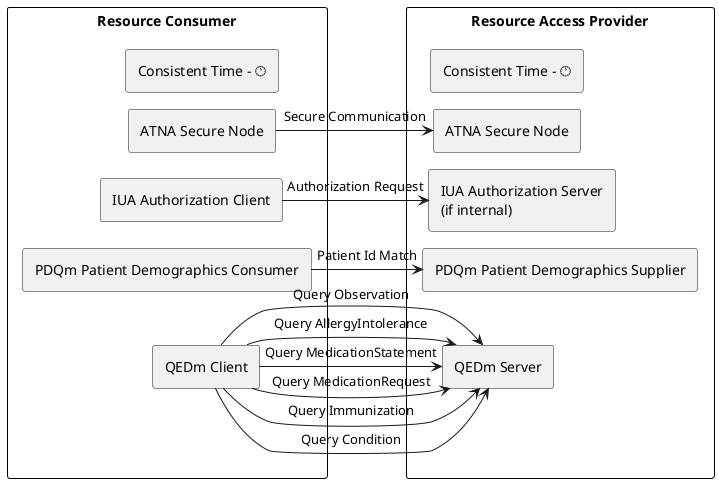
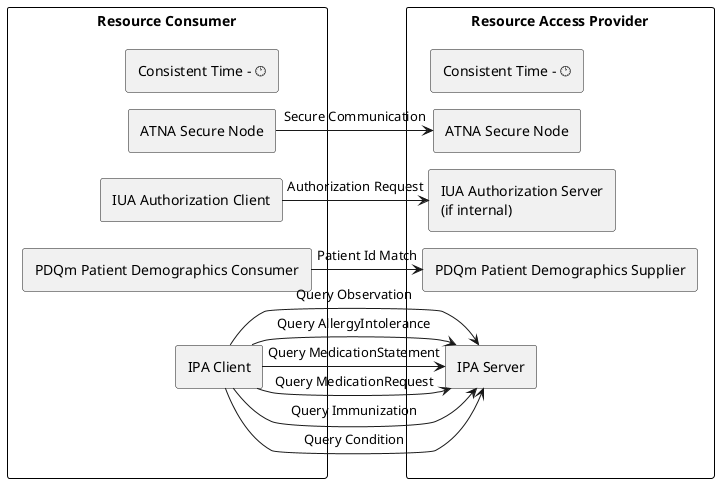
@startuml simplified-resource-actors
skinparam svgDimensionStyle false
skinparam AgentPadding 2
skinparam AgentMargin 2
skinparam Padding 2
skinparam nodesep 5
skinparam ranksep 10
skinparam agent {
    MinimumWidth 300
}

skinparam rectangle {
    BackgroundColor White
    BorderColor Black
}



rectangle "Resource Access Provider" as Server {
    agent "Consistent Time - 🕐" as S_CT
    agent "ATNA Secure Node" as S_ATNA
    agent "IUA Authorization Server\n(if internal)" as S_IUAAuth
    agent "PDQm Patient Demographics Supplier" as S_PDQmSrc
    agent " " as S_Hidden1 #White;line:White
-     agent "QEDm Server" as S_QEDmServer
+     agent "IPA Server" as S_IPAServer
    agent " " as S_Hidden2 #White;line:White
    agent " " as S_Hidden3 #White;line:White

    S_CT -[hidden]down- S_ATNA
    S_ATNA -[hidden]down- S_IUAAuth
    S_IUAAuth -[hidden]down- S_PDQmSrc
    S_PDQmSrc -[hidden]down- S_Hidden1
-     S_Hidden1 -[hidden]down- S_QEDmServer
-     S_QEDmServer -[hidden]down- S_Hidden2
+     S_Hidden1 -[hidden]down- S_IPAServer
+     S_IPAServer -[hidden]down- S_Hidden2
    S_Hidden2 -[hidden]down- S_Hidden3
}

rectangle "Resource Consumer" as Client {
    agent "Consistent Time - 🕐" as C_CT
    agent "ATNA Secure Node" as C_ATNA
    agent "IUA Authorization Client" as C_IUAClient
    agent "PDQm Patient Demographics Consumer" as C_PDQm
    agent " " as C_Hidden1 #White;line:White
-     agent "QEDm Client" as C_QEDmClient
+     agent "IPA Client" as C_IPAClient
    agent " " as C_Hidden2 #White;line:White
    agent " " as C_Hidden3 #White;line:White

    C_CT -[hidden]down- C_ATNA
    C_ATNA -[hidden]down- C_IUAClient
    C_IUAClient -[hidden]down- C_PDQm
    C_PDQm -[hidden]down- C_Hidden1
-     C_Hidden1 -[hidden]down- C_QEDmClient
-     C_QEDmClient -[hidden]down- C_Hidden2
+     C_Hidden1 -[hidden]down- C_IPAClient
+     C_IPAClient -[hidden]down- C_Hidden2
    C_Hidden2 -[hidden]down- C_Hidden3
}

S_ATNA <-left- C_ATNA : Secure Communication
S_IUAAuth <-left- C_IUAClient : Authorization Request
S_PDQmSrc <-left- C_PDQm : Patient Id Match
- S_QEDmServer <-left- C_QEDmClient : Query AllergyIntolerance
- S_QEDmServer <-left- C_QEDmClient : Query Condition
- S_QEDmServer <-left- C_QEDmClient : Query Immunization
- S_QEDmServer <-left- C_QEDmClient : Query MedicationRequest
- S_QEDmServer <-left- C_QEDmClient : Query MedicationStatement
- S_QEDmServer <-left- C_QEDmClient : Query Observation
+ S_IPAServer <-left- C_IPAClient : Query AllergyIntolerance
+ S_IPAServer <-left- C_IPAClient : Query Condition
+ S_IPAServer <-left- C_IPAClient : Query Immunization
+ S_IPAServer <-left- C_IPAClient : Query MedicationRequest
+ S_IPAServer <-left- C_IPAClient : Query MedicationStatement
+ S_IPAServer <-left- C_IPAClient : Query Observation


@enduml
